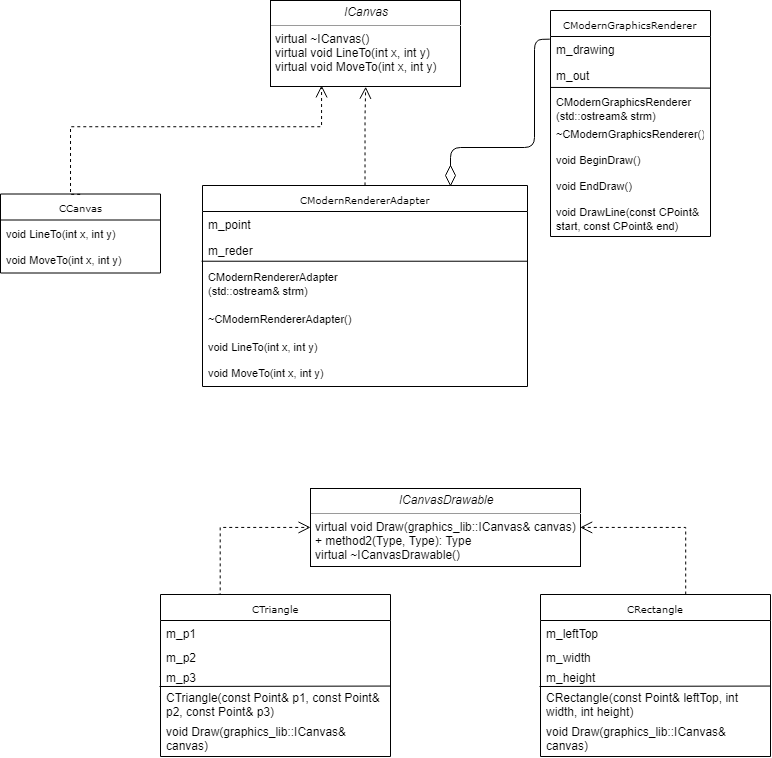
Before: adapter/AdapterClass.png, a diagram exported from draw.io (daria-grebneva/OOD). Source tidied: cells renumbered, new cells last; positions are measured from the earlier drawing's top-left corner, leaving out a move shared by most shapes.
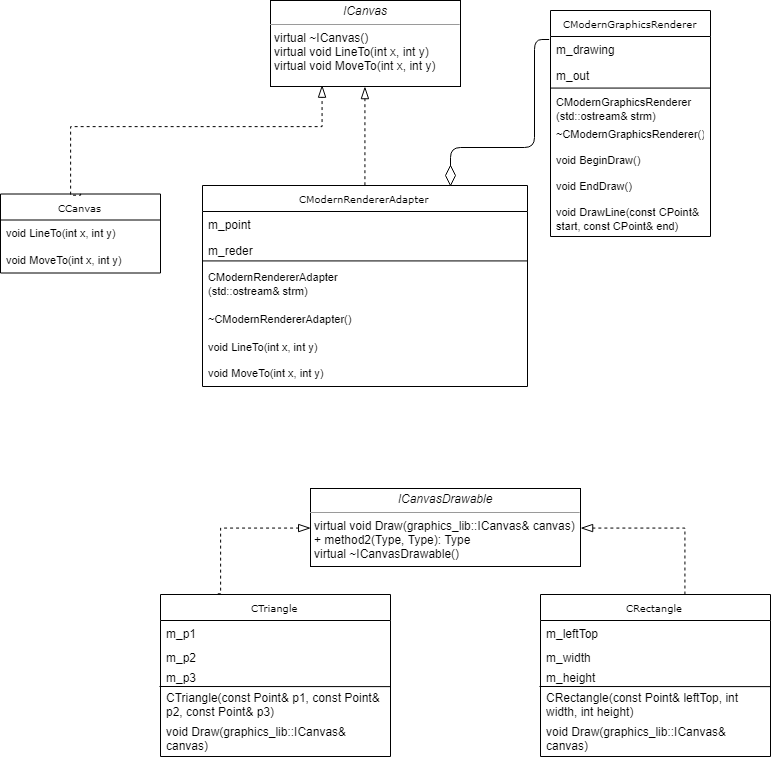
Later version of the same file.

Diff of the diagram source:
```diff
@@ -62,7 +62,7 @@
     <mxCell id="21" value="&lt;font style=&quot;font-size: 11px&quot;&gt;void DrawLine(const CPoint&amp;amp; start, const CPoint&amp;amp; end)&lt;/font&gt;" style="text;html=1;strokeColor=none;fillColor=none;align=left;verticalAlign=top;spacingLeft=4;spacingRight=4;whiteSpace=wrap;overflow=hidden;" parent="13" vertex="1">
       <mxGeometry y="188" width="160" height="32" as="geometry" />
     </mxCell>
-    <mxCell id="22" style="edgeStyle=orthogonalEdgeStyle;rounded=0;html=1;labelBackgroundColor=none;startFill=0;endArrow=open;endFill=0;endSize=10;fontFamily=Verdana;fontSize=10;dashed=1;exitX=0.5;exitY=0;exitDx=0;exitDy=0;entryX=0.27;entryY=0.984;entryDx=0;entryDy=0;entryPerimeter=0;" parent="1" edge="1" source="2" target="24">
+    <mxCell id="22" style="edgeStyle=orthogonalEdgeStyle;rounded=0;html=1;labelBackgroundColor=none;startFill=0;endArrow=blockThin;endFill=0;endSize=10;fontFamily=Verdana;fontSize=10;dashed=1;exitX=0.5;exitY=0;exitDx=0;exitDy=0;entryX=0.27;entryY=0.984;entryDx=0;entryDy=0;entryPerimeter=0;" parent="1" edge="1" source="2" target="24">
       <mxGeometry relative="1" as="geometry">
         <Array as="points">
           <mxPoint x="70" y="194" />
@@ -71,7 +71,7 @@
         </Array>
       </mxGeometry>
     </mxCell>
-    <mxCell id="23" style="edgeStyle=orthogonalEdgeStyle;rounded=0;html=1;dashed=1;labelBackgroundColor=none;startFill=0;endArrow=open;endFill=0;endSize=10;fontFamily=Verdana;fontSize=10;exitX=0.5;exitY=0;exitDx=0;exitDy=0;entryX=0.5;entryY=1;entryDx=0;entryDy=0;" parent="1" edge="1" source="5" target="24">
+    <mxCell id="23" style="edgeStyle=orthogonalEdgeStyle;rounded=0;html=1;dashed=1;labelBackgroundColor=none;startFill=0;endArrow=blockThin;endFill=0;endSize=10;fontFamily=Verdana;fontSize=10;exitX=0.5;exitY=0;exitDx=0;exitDy=0;entryX=0.5;entryY=1;entryDx=0;entryDy=0;" parent="1" edge="1" source="5" target="24">
       <mxGeometry relative="1" as="geometry">
         <Array as="points">
           <mxPoint x="365" y="116" />
@@ -143,7 +143,7 @@
     <mxCell id="41" value="void Draw(graphics_lib::ICanvas&amp;amp; canvas)" style="text;html=1;strokeColor=none;fillColor=none;align=left;verticalAlign=top;spacingLeft=4;spacingRight=4;whiteSpace=wrap;overflow=hidden;" parent="35" vertex="1">
       <mxGeometry y="124" width="230" height="36" as="geometry" />
     </mxCell>
-    <mxCell id="42" style="edgeStyle=orthogonalEdgeStyle;rounded=0;html=1;dashed=1;labelBackgroundColor=none;startFill=0;endArrow=open;endFill=0;endSize=10;fontFamily=Verdana;fontSize=10;exitX=0.25;exitY=0;exitDx=0;exitDy=0;entryX=0;entryY=0.5;entryDx=0;entryDy=0;" parent="1" edge="1" source="26" target="25">
+    <mxCell id="42" style="edgeStyle=orthogonalEdgeStyle;rounded=0;html=1;dashed=1;labelBackgroundColor=none;startFill=0;endArrow=blockThin;endFill=0;endSize=10;fontFamily=Verdana;fontSize=10;exitX=0.25;exitY=0;exitDx=0;exitDy=0;entryX=0;entryY=0.5;entryDx=0;entryDy=0;" parent="1" edge="1" source="26" target="25">
       <mxGeometry relative="1" as="geometry">
         <Array as="points">
           <mxPoint x="220" y="594" />
@@ -151,7 +151,7 @@
         </Array>
       </mxGeometry>
     </mxCell>
-    <mxCell id="43" style="edgeStyle=orthogonalEdgeStyle;rounded=0;html=1;dashed=1;labelBackgroundColor=none;startFill=0;endArrow=open;endFill=0;endSize=10;fontFamily=Verdana;fontSize=10;entryX=1;entryY=0.5;entryDx=0;entryDy=0;" parent="1" edge="1" source="35" target="25">
+    <mxCell id="43" style="edgeStyle=orthogonalEdgeStyle;rounded=0;html=1;dashed=1;labelBackgroundColor=none;startFill=0;endArrow=blockThin;endFill=0;endSize=10;fontFamily=Verdana;fontSize=10;entryX=1;entryY=0.5;entryDx=0;entryDy=0;" parent="1" edge="1" source="35" target="25">
       <mxGeometry relative="1" as="geometry">
         <Array as="points">
           <mxPoint x="685" y="527" />
```
